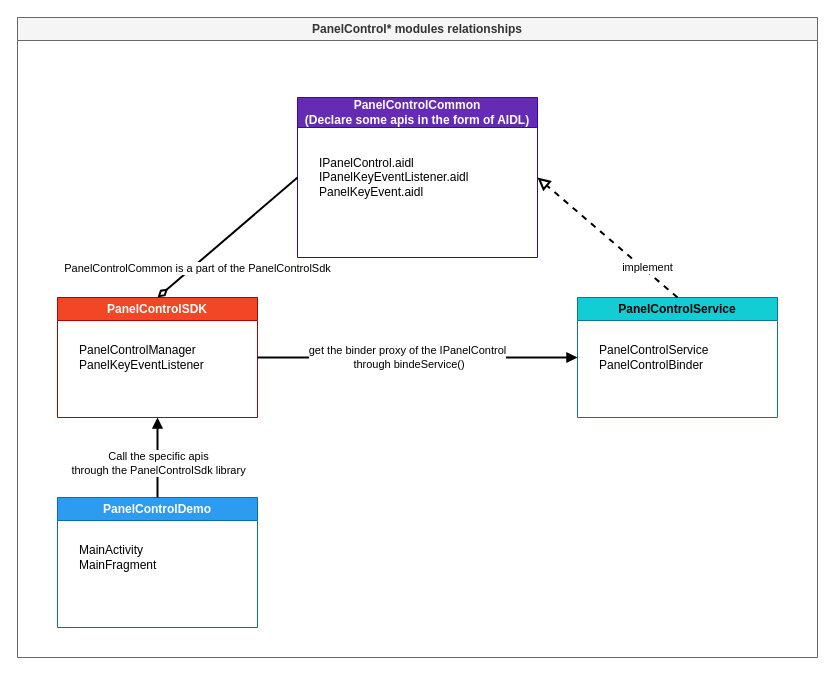
Above: PanelControl* dependency.drawio in windboat/draw.io (draw.io), before the change. Source tidied: cells renumbered, new cells numbered last; positions are measured from the earlier drawing's top-left corner, leaving out a move shared by most shapes. Both pictures are drawn from the tidied source at 100%, with x=0, y=0 at pixel (17, 17).
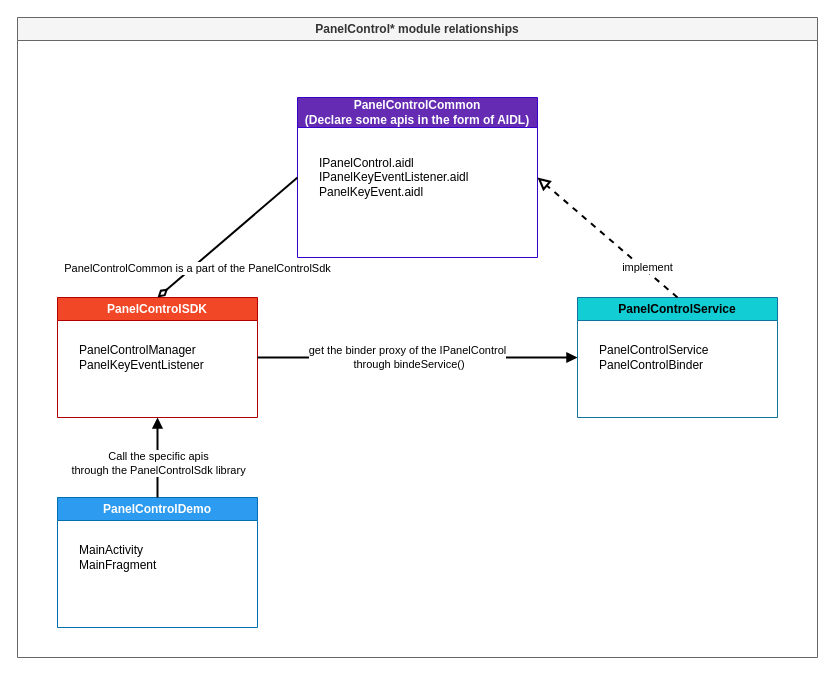
After the change.

Commit message:
Update PanelControl* module relationships.drawio

Diff of the diagram source:
```diff
@@
-    <mxCell id="2" value="PanelControl* modules relationships" style="swimlane;whiteSpace=wrap;html=1;fillColor=#f5f5f5;fontColor=#333333;strokeColor=#666666;" parent="1" vertex="1">
+    <mxCell id="2" value="PanelControl* module relationships" style="swimlane;whiteSpace=wrap;html=1;fillColor=#f5f5f5;fontColor=#333333;strokeColor=#666666;" parent="1" vertex="1">
       <mxGeometry width="800" height="640" as="geometry" />
     </mxCell>
```
